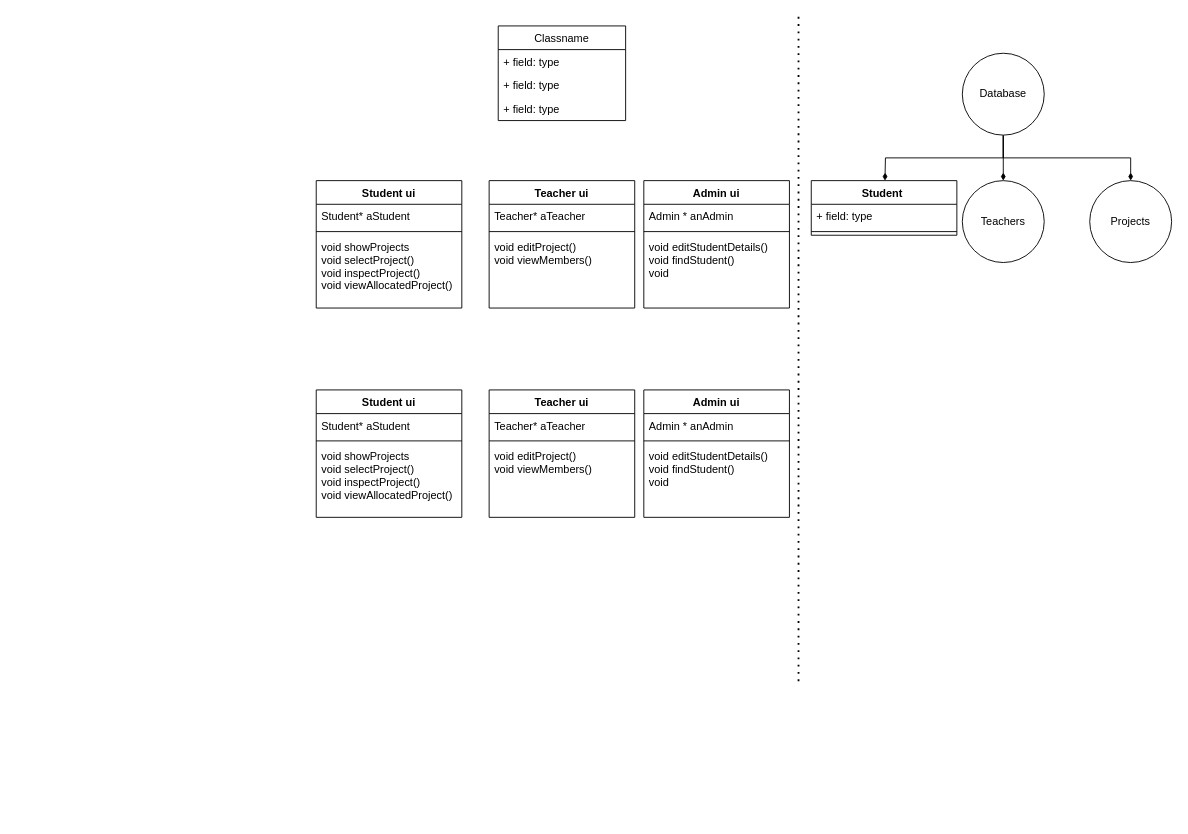
This is EE273 Toplevel Heirarchy.drawio from RDC23/ee273-project, a draw.io file, before an edit. Source tidied: cells renumbered, new cells numbered last; positions are measured from the earlier drawing's top-left corner, leaving out a move shared by most shapes. Both pictures are drawn from the tidied source at 91%, with x=0, y=0 at pixel (316, 16).
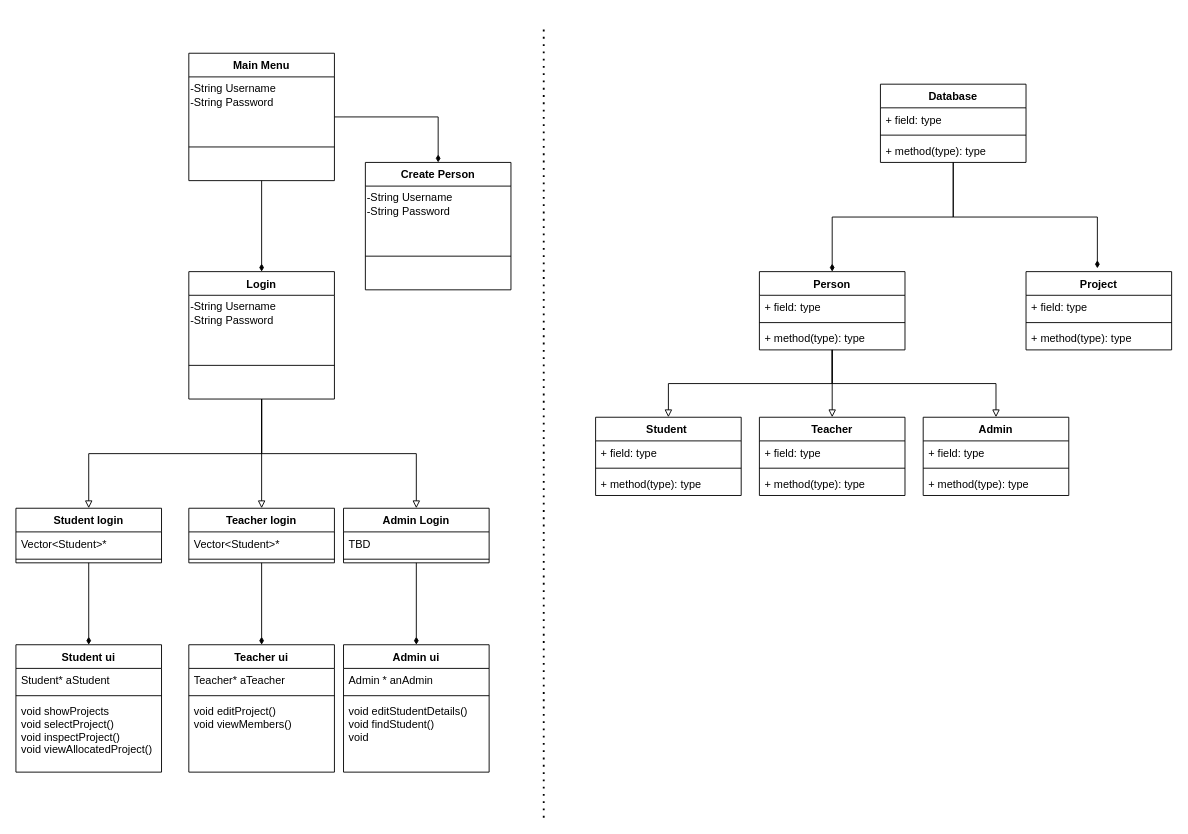
After the change.

Change to the diagram source:
```diff
@@
-    <mxCell id="3" style="edgeStyle=orthogonalEdgeStyle;rounded=0;jettySize=auto;html=1;exitX=0.5;exitY=1;exitDx=0;exitDy=0;endArrow=diamondThin;endFill=1;" parent="1" edge="1" source="6">
-      <mxGeometry relative="1" as="geometry">
-        <mxPoint x="625" y="180" as="targetPoint" />
-      </mxGeometry>
-    </mxCell>
-    <mxCell id="4" style="edgeStyle=orthogonalEdgeStyle;rounded=0;jettySize=auto;html=1;exitX=0.5;exitY=1;exitDx=0;exitDy=0;entryX=0.5;entryY=0;entryDx=0;entryDy=0;endArrow=diamondThin;endFill=1;" parent="1" edge="1" source="6" target="8">
-      <mxGeometry relative="1" as="geometry" />
-    </mxCell>
-    <mxCell id="5" style="edgeStyle=orthogonalEdgeStyle;rounded=0;jettySize=auto;html=1;exitX=0.5;exitY=1;exitDx=0;exitDy=0;entryX=0.5;entryY=0;entryDx=0;entryDy=0;endArrow=diamondThin;endFill=1;" parent="1" edge="1" source="6" target="9">
-      <mxGeometry relative="1" as="geometry" />
-    </mxCell>
-    <mxCell id="6" value="Database" style="ellipse;whiteSpace=wrap;html=1;" parent="1" vertex="1">
-      <mxGeometry x="710" y="40" width="90" height="90" as="geometry" />
-    </mxCell>
     <mxCell id="7" style="endArrow=none;dashed=1;html=1;dashPattern=1 3;strokeWidth=2;rounded=0;" parent="1" edge="1">
       <mxGeometry relative="1" as="geometry">
-        <mxPoint x="530" y="730" as="sourcePoint" />
-        <mxPoint x="530" as="targetPoint" />
+        <mxPoint x="250" y="880" as="sourcePoint" />
+        <mxPoint x="250" y="10" as="targetPoint" />
       </mxGeometry>
     </mxCell>
-    <mxCell id="8" value="Teachers" style="ellipse;whiteSpace=wrap;html=1;" parent="1" vertex="1">
-      <mxGeometry x="710" y="180" width="90" height="90" as="geometry" />
-    </mxCell>
-    <mxCell id="9" value="Projects" style="ellipse;whiteSpace=wrap;html=1;" parent="1" vertex="1">
-      <mxGeometry x="850" y="180" width="90" height="90" as="geometry" />
-    </mxCell>
+    <mxCell id="41" style="edgeStyle=orthogonalEdgeStyle;rounded=0;jettySize=auto;html=1;exitX=0.5;exitY=1;exitDx=0;exitDy=0;endArrow=diamondThin;endFill=1;" parent="1" edge="1" source="10" target="25">
+      <mxGeometry relative="1" as="geometry" />
+    </mxCell>
-    <mxCell id="10" value="Student ui" style="swimlane;fontStyle=1;align=center;verticalAlign=top;horizontal=1;startSize=26;" parent="1" vertex="1">
-      <mxGeometry y="180" width="160" height="140" as="geometry" />
+    <mxCell id="10" value="Student login" style="swimlane;fontStyle=1;align=center;verticalAlign=top;horizontal=1;startSize=26;" parent="1" vertex="1">
+      <mxGeometry x="-330" y="540" width="160" height="60" as="geometry" />
     </mxCell>
-    <mxCell id="11" value="Student* aStudent" style="text;strokeColor=none;fillColor=none;align=left;verticalAlign=top;spacingLeft=4;spacingRight=4;overflow=hidden;" parent="10" vertex="1">
+    <mxCell id="11" value="Vector&lt;Student&gt;*" style="text;strokeColor=none;fillColor=none;align=left;verticalAlign=top;spacingLeft=4;spacingRight=4;overflow=hidden;" parent="10" vertex="1">
       <mxGeometry y="26" width="160" height="26" as="geometry" />
     </mxCell>
@@
-    <mxCell id="13" value="void showProjects&#10;void selectProject()&#10;void inspectProject()&#10;void viewAllocatedProject()&#10;" style="text;strokeColor=none;fillColor=none;align=left;verticalAlign=top;spacingLeft=4;spacingRight=4;overflow=hidden;" parent="10" vertex="1">
-      <mxGeometry y="60" width="160" height="80" as="geometry" />
-    </mxCell>
-    <mxCell id="14" value="Student " style="swimlane;fontStyle=1;align=center;verticalAlign=top;horizontal=1;startSize=26;" parent="1" vertex="1">
-      <mxGeometry x="544" y="180" width="160" height="60" as="geometry" />
-    </mxCell>
-    <mxCell id="15" value="+ field: type" style="text;strokeColor=none;fillColor=none;align=left;verticalAlign=top;spacingLeft=4;spacingRight=4;overflow=hidden;" parent="14" vertex="1">
-      <mxGeometry y="26" width="160" height="26" as="geometry" />
-    </mxCell>
-    <mxCell id="16" style="line;strokeWidth=1;fillColor=none;align=left;verticalAlign=middle;spacingTop=-1;spacingLeft=3;spacingRight=3;labelPosition=right;strokeColor=inherit;" parent="14" vertex="1">
-      <mxGeometry y="52" width="160" height="8" as="geometry" />
-    </mxCell>
+    <mxCell id="42" style="edgeStyle=orthogonalEdgeStyle;rounded=0;jettySize=auto;html=1;exitX=0.5;exitY=1;exitDx=0;exitDy=0;entryX=0.5;entryY=0;entryDx=0;entryDy=0;endArrow=diamondThin;endFill=1;" parent="1" edge="1" source="17" target="29">
+      <mxGeometry relative="1" as="geometry" />
+    </mxCell>
-    <mxCell id="17" value="Teacher ui" style="swimlane;fontStyle=1;align=center;verticalAlign=top;horizontal=1;startSize=26;" parent="1" vertex="1">
-      <mxGeometry x="190" y="180" width="160" height="140" as="geometry" />
+    <mxCell id="17" value="Teacher login" style="swimlane;fontStyle=1;align=center;verticalAlign=top;horizontal=1;startSize=26;" parent="1" vertex="1">
+      <mxGeometry x="-140" y="540" width="160" height="60" as="geometry" />
     </mxCell>
-    <mxCell id="18" value="Teacher* aTeacher" style="text;strokeColor=none;fillColor=none;align=left;verticalAlign=top;spacingLeft=4;spacingRight=4;overflow=hidden;" parent="17" vertex="1">
+    <mxCell id="18" value="Vector&lt;Student&gt;*" style="text;strokeColor=none;fillColor=none;align=left;verticalAlign=top;spacingLeft=4;spacingRight=4;overflow=hidden;" parent="17" vertex="1">
       <mxGeometry y="26" width="160" height="26" as="geometry" />
     </mxCell>
@@
-    <mxCell id="20" value="void editProject()&#10;void viewMembers()" style="text;strokeColor=none;fillColor=none;align=left;verticalAlign=top;spacingLeft=4;spacingRight=4;overflow=hidden;" parent="17" vertex="1">
-      <mxGeometry y="60" width="160" height="80" as="geometry" />
-    </mxCell>
+    <mxCell id="43" style="edgeStyle=orthogonalEdgeStyle;rounded=0;jettySize=auto;html=1;exitX=0.5;exitY=1;exitDx=0;exitDy=0;entryX=0.5;entryY=0;entryDx=0;entryDy=0;endArrow=diamondThin;endFill=1;" parent="1" edge="1" source="21" target="33">
+      <mxGeometry relative="1" as="geometry" />
+    </mxCell>
-    <mxCell id="21" value="Admin ui" style="swimlane;fontStyle=1;align=center;verticalAlign=top;horizontal=1;startSize=26;" parent="1" vertex="1">
-      <mxGeometry x="360" y="180" width="160" height="140" as="geometry" />
+    <mxCell id="21" value="Admin Login" style="swimlane;fontStyle=1;align=center;verticalAlign=top;horizontal=1;startSize=26;" parent="1" vertex="1">
+      <mxGeometry x="30" y="540" width="160" height="60" as="geometry" />
     </mxCell>
-    <mxCell id="22" value="Admin * anAdmin" style="text;strokeColor=none;fillColor=none;align=left;verticalAlign=top;spacingLeft=4;spacingRight=4;overflow=hidden;" parent="21" vertex="1">
+    <mxCell id="22" value="TBD&#10;" style="text;strokeColor=none;fillColor=none;align=left;verticalAlign=top;spacingLeft=4;spacingRight=4;overflow=hidden;" parent="21" vertex="1">
       <mxGeometry y="26" width="160" height="26" as="geometry" />
     </mxCell>
@@
-    <mxCell id="24" value="void editStudentDetails()&#10;void findStudent()&#10;void " style="text;strokeColor=none;fillColor=none;align=left;verticalAlign=top;spacingLeft=4;spacingRight=4;overflow=hidden;" parent="21" vertex="1">
-      <mxGeometry y="60" width="160" height="80" as="geometry" />
-    </mxCell>
     <mxCell id="25" value="Student ui" style="swimlane;fontStyle=1;align=center;verticalAlign=top;horizontal=1;startSize=26;" parent="1" vertex="1">
-      <mxGeometry y="410" width="160" height="140" as="geometry" />
+      <mxGeometry x="-330" y="690" width="160" height="140" as="geometry" />
     </mxCell>
@@
     <mxCell id="29" value="Teacher ui" style="swimlane;fontStyle=1;align=center;verticalAlign=top;horizontal=1;startSize=26;" parent="1" vertex="1">
-      <mxGeometry x="190" y="410" width="160" height="140" as="geometry" />
+      <mxGeometry x="-140" y="690" width="160" height="140" as="geometry" />
     </mxCell>
@@
     <mxCell id="33" value="Admin ui" style="swimlane;fontStyle=1;align=center;verticalAlign=top;horizontal=1;startSize=26;" parent="1" vertex="1">
-      <mxGeometry x="360" y="410" width="160" height="140" as="geometry" />
+      <mxGeometry x="30" y="690" width="160" height="140" as="geometry" />
     </mxCell>
@@
-    <mxCell id="37" value="Classname" style="swimlane;fontStyle=0;horizontal=1;startSize=26;fillColor=none;" parent="1" vertex="1">
-      <mxGeometry x="200" y="10" width="140" height="104" as="geometry" />
-    </mxCell>
-    <mxCell id="38" value="+ field: type" style="text;strokeColor=none;fillColor=none;align=left;verticalAlign=top;spacingLeft=4;spacingRight=4;overflow=hidden;" parent="37" vertex="1">
-      <mxGeometry y="26" width="140" height="26" as="geometry" />
-    </mxCell>
-    <mxCell id="39" value="+ field: type" style="text;strokeColor=none;fillColor=none;align=left;verticalAlign=top;spacingLeft=4;spacingRight=4;overflow=hidden;" parent="37" vertex="1">
-      <mxGeometry y="52" width="140" height="26" as="geometry" />
-    </mxCell>
-    <mxCell id="40" value="+ field: type" style="text;strokeColor=none;fillColor=none;align=left;verticalAlign=top;spacingLeft=4;spacingRight=4;overflow=hidden;" parent="37" vertex="1">
-      <mxGeometry y="78" width="140" height="26" as="geometry" />
-    </mxCell>
+    <mxCell id="44" style="edgeStyle=orthogonalEdgeStyle;rounded=0;jettySize=auto;html=1;exitX=0.5;exitY=1;exitDx=0;exitDy=0;entryX=0.5;entryY=0;entryDx=0;entryDy=0;endArrow=block;endFill=0;" parent="1" edge="1" source="47" target="21">
+      <mxGeometry relative="1" as="geometry" />
+    </mxCell>
+    <mxCell id="45" style="edgeStyle=orthogonalEdgeStyle;rounded=0;jettySize=auto;html=1;exitX=0.5;exitY=1;exitDx=0;exitDy=0;entryX=0.5;entryY=0;entryDx=0;entryDy=0;endArrow=block;endFill=0;" parent="1" edge="1" source="47" target="17">
+      <mxGeometry relative="1" as="geometry" />
+    </mxCell>
+    <mxCell id="46" style="edgeStyle=orthogonalEdgeStyle;rounded=0;jettySize=auto;html=1;exitX=0.5;exitY=1;exitDx=0;exitDy=0;endArrow=block;endFill=0;" parent="1" edge="1" source="47" target="10">
+      <mxGeometry relative="1" as="geometry" />
+    </mxCell>
+    <mxCell id="47" value="Login" style="swimlane;fontStyle=1;align=center;verticalAlign=top;horizontal=1;startSize=26;" parent="1" vertex="1">
+      <mxGeometry x="-140" y="280" width="160" height="140" as="geometry" />
+    </mxCell>
+    <mxCell id="48" value="-String Username&lt;br&gt;-String Password" style="text;html=1;align=left;verticalAlign=middle;strokeColor=none;fillColor=none;" parent="47" vertex="1">
+      <mxGeometry y="26" width="160" height="40" as="geometry" />
+    </mxCell>
+    <mxCell id="49" style="line;strokeWidth=1;fillColor=none;align=left;verticalAlign=middle;spacingTop=-1;spacingLeft=3;spacingRight=3;labelPosition=right;strokeColor=inherit;" parent="47" vertex="1">
+      <mxGeometry y="66" width="160" height="74" as="geometry" />
+    </mxCell>
+    <mxCell id="50" style="edgeStyle=orthogonalEdgeStyle;rounded=0;jettySize=auto;html=1;exitX=0.5;exitY=1;exitDx=0;exitDy=0;endArrow=diamondThin;endFill=1;" parent="1" edge="1" source="52" target="47">
+      <mxGeometry relative="1" as="geometry" />
+    </mxCell>
+    <mxCell id="51" style="edgeStyle=orthogonalEdgeStyle;rounded=0;jettySize=auto;html=1;exitX=1;exitY=0.5;exitDx=0;exitDy=0;entryX=0.5;entryY=0;entryDx=0;entryDy=0;endArrow=diamondThin;endFill=1;" parent="1" edge="1" source="52" target="55">
+      <mxGeometry relative="1" as="geometry" />
+    </mxCell>
+    <mxCell id="52" value="Main Menu" style="swimlane;fontStyle=1;align=center;verticalAlign=top;horizontal=1;startSize=26;" parent="1" vertex="1">
+      <mxGeometry x="-140" y="40" width="160" height="140" as="geometry" />
+    </mxCell>
+    <mxCell id="53" value="-String Username&lt;br&gt;-String Password" style="text;html=1;align=left;verticalAlign=middle;strokeColor=none;fillColor=none;" parent="52" vertex="1">
+      <mxGeometry y="26" width="160" height="40" as="geometry" />
+    </mxCell>
+    <mxCell id="54" style="line;strokeWidth=1;fillColor=none;align=left;verticalAlign=middle;spacingTop=-1;spacingLeft=3;spacingRight=3;labelPosition=right;strokeColor=inherit;" parent="52" vertex="1">
+      <mxGeometry y="66" width="160" height="74" as="geometry" />
+    </mxCell>
+    <mxCell id="55" value="Create Person&#10;" style="swimlane;fontStyle=1;align=center;verticalAlign=top;horizontal=1;startSize=26;" parent="1" vertex="1">
+      <mxGeometry x="54" y="160" width="160" height="140" as="geometry" />
+    </mxCell>
+    <mxCell id="56" value="-String Username&lt;br&gt;-String Password" style="text;html=1;align=left;verticalAlign=middle;strokeColor=none;fillColor=none;" parent="55" vertex="1">
+      <mxGeometry y="26" width="160" height="40" as="geometry" />
+    </mxCell>
+    <mxCell id="57" style="line;strokeWidth=1;fillColor=none;align=left;verticalAlign=middle;spacingTop=-1;spacingLeft=3;spacingRight=3;labelPosition=right;strokeColor=inherit;" parent="55" vertex="1">
+      <mxGeometry y="66" width="160" height="74" as="geometry" />
+    </mxCell>
+    <mxCell id="58" style="edgeStyle=orthogonalEdgeStyle;rounded=0;jettySize=auto;html=1;exitX=0.5;exitY=1;exitDx=0;exitDy=0;entryX=0.5;entryY=0;entryDx=0;entryDy=0;endArrow=block;endFill=0;" parent="1" edge="1" source="61" target="68">
+      <mxGeometry relative="1" as="geometry" />
+    </mxCell>
+    <mxCell id="59" style="edgeStyle=orthogonalEdgeStyle;rounded=0;jettySize=auto;html=1;exitX=0.5;exitY=1;exitDx=0;exitDy=0;endArrow=block;endFill=0;entryX=0.5;entryY=0;entryDx=0;entryDy=0;" parent="1" edge="1" source="61" target="14">
+      <mxGeometry relative="1" as="geometry" />
+    </mxCell>
+    <mxCell id="60" style="edgeStyle=orthogonalEdgeStyle;rounded=0;jettySize=auto;html=1;exitX=0.5;exitY=1;exitDx=0;exitDy=0;entryX=0.5;entryY=0;entryDx=0;entryDy=0;endArrow=block;endFill=0;" parent="1" edge="1" source="61" target="76">
+      <mxGeometry relative="1" as="geometry" />
+    </mxCell>
+    <mxCell id="61" value="Person" style="swimlane;fontStyle=1;align=center;verticalAlign=top;horizontal=1;startSize=26;" parent="1" vertex="1">
+      <mxGeometry x="487" y="280" width="160" height="86" as="geometry" />
+    </mxCell>
+    <mxCell id="62" value="+ field: type" style="text;strokeColor=none;fillColor=none;align=left;verticalAlign=top;spacingLeft=4;spacingRight=4;overflow=hidden;" parent="61" vertex="1">
+      <mxGeometry y="26" width="160" height="26" as="geometry" />
+    </mxCell>
+    <mxCell id="63" style="line;strokeWidth=1;fillColor=none;align=left;verticalAlign=middle;spacingTop=-1;spacingLeft=3;spacingRight=3;labelPosition=right;strokeColor=inherit;" parent="61" vertex="1">
+      <mxGeometry y="52" width="160" height="8" as="geometry" />
+    </mxCell>
+    <mxCell id="64" value="+ method(type): type" style="text;strokeColor=none;fillColor=none;align=left;verticalAlign=top;spacingLeft=4;spacingRight=4;overflow=hidden;" parent="61" vertex="1">
+      <mxGeometry y="60" width="160" height="26" as="geometry" />
+    </mxCell>
+    <mxCell id="14" value="Student " style="swimlane;fontStyle=1;align=center;verticalAlign=top;horizontal=1;startSize=26;" parent="1" vertex="1">
+      <mxGeometry x="307" y="440" width="160" height="86" as="geometry" />
+    </mxCell>
+    <mxCell id="65" value="+ field: type" style="text;strokeColor=none;fillColor=none;align=left;verticalAlign=top;spacingLeft=4;spacingRight=4;overflow=hidden;" parent="14" vertex="1">
+      <mxGeometry y="26" width="160" height="26" as="geometry" />
+    </mxCell>
+    <mxCell id="66" style="line;strokeWidth=1;fillColor=none;align=left;verticalAlign=middle;spacingTop=-1;spacingLeft=3;spacingRight=3;labelPosition=right;strokeColor=inherit;" parent="14" vertex="1">
+      <mxGeometry y="52" width="160" height="8" as="geometry" />
+    </mxCell>
+    <mxCell id="67" value="+ method(type): type" style="text;strokeColor=none;fillColor=none;align=left;verticalAlign=top;spacingLeft=4;spacingRight=4;overflow=hidden;" parent="14" vertex="1">
+      <mxGeometry y="60" width="160" height="26" as="geometry" />
+    </mxCell>
+    <mxCell id="68" value="Teacher" style="swimlane;fontStyle=1;align=center;verticalAlign=top;horizontal=1;startSize=26;" parent="1" vertex="1">
+      <mxGeometry x="487" y="440" width="160" height="86" as="geometry" />
+    </mxCell>
+    <mxCell id="69" value="+ field: type" style="text;strokeColor=none;fillColor=none;align=left;verticalAlign=top;spacingLeft=4;spacingRight=4;overflow=hidden;" parent="68" vertex="1">
+      <mxGeometry y="26" width="160" height="26" as="geometry" />
+    </mxCell>
+    <mxCell id="70" style="line;strokeWidth=1;fillColor=none;align=left;verticalAlign=middle;spacingTop=-1;spacingLeft=3;spacingRight=3;labelPosition=right;strokeColor=inherit;" parent="68" vertex="1">
+      <mxGeometry y="52" width="160" height="8" as="geometry" />
+    </mxCell>
+    <mxCell id="71" value="+ method(type): type" style="text;strokeColor=none;fillColor=none;align=left;verticalAlign=top;spacingLeft=4;spacingRight=4;overflow=hidden;" parent="68" vertex="1">
+      <mxGeometry y="60" width="160" height="26" as="geometry" />
+    </mxCell>
+    <mxCell id="72" value="Project" style="swimlane;fontStyle=1;align=center;verticalAlign=top;horizontal=1;startSize=26;" parent="1" vertex="1">
+      <mxGeometry x="780" y="280" width="160" height="86" as="geometry" />
+    </mxCell>
+    <mxCell id="73" value="+ field: type" style="text;strokeColor=none;fillColor=none;align=left;verticalAlign=top;spacingLeft=4;spacingRight=4;overflow=hidden;" parent="72" vertex="1">
+      <mxGeometry y="26" width="160" height="26" as="geometry" />
+    </mxCell>
+    <mxCell id="74" style="line;strokeWidth=1;fillColor=none;align=left;verticalAlign=middle;spacingTop=-1;spacingLeft=3;spacingRight=3;labelPosition=right;strokeColor=inherit;" parent="72" vertex="1">
+      <mxGeometry y="52" width="160" height="8" as="geometry" />
+    </mxCell>
+    <mxCell id="75" value="+ method(type): type" style="text;strokeColor=none;fillColor=none;align=left;verticalAlign=top;spacingLeft=4;spacingRight=4;overflow=hidden;" parent="72" vertex="1">
+      <mxGeometry y="60" width="160" height="26" as="geometry" />
+    </mxCell>
+    <mxCell id="76" value="Admin" style="swimlane;fontStyle=1;align=center;verticalAlign=top;horizontal=1;startSize=26;" parent="1" vertex="1">
+      <mxGeometry x="667" y="440" width="160" height="86" as="geometry" />
+    </mxCell>
+    <mxCell id="77" value="+ field: type" style="text;strokeColor=none;fillColor=none;align=left;verticalAlign=top;spacingLeft=4;spacingRight=4;overflow=hidden;" parent="76" vertex="1">
+      <mxGeometry y="26" width="160" height="26" as="geometry" />
+    </mxCell>
+    <mxCell id="78" style="line;strokeWidth=1;fillColor=none;align=left;verticalAlign=middle;spacingTop=-1;spacingLeft=3;spacingRight=3;labelPosition=right;strokeColor=inherit;" parent="76" vertex="1">
+      <mxGeometry y="52" width="160" height="8" as="geometry" />
+    </mxCell>
+    <mxCell id="79" value="+ method(type): type" style="text;strokeColor=none;fillColor=none;align=left;verticalAlign=top;spacingLeft=4;spacingRight=4;overflow=hidden;" parent="76" vertex="1">
+      <mxGeometry y="60" width="160" height="26" as="geometry" />
+    </mxCell>
+    <mxCell id="80" style="edgeStyle=orthogonalEdgeStyle;rounded=0;jettySize=auto;html=1;exitX=0.5;exitY=1;exitDx=0;exitDy=0;endArrow=diamondThin;endFill=1;" parent="1" edge="1" source="6" target="61">
+      <mxGeometry relative="1" as="geometry" />
+    </mxCell>
+    <mxCell id="81" style="edgeStyle=orthogonalEdgeStyle;rounded=0;jettySize=auto;html=1;exitX=0.5;exitY=1;exitDx=0;exitDy=0;endArrow=diamondThin;endFill=1;entryX=0.49;entryY=-0.043;entryDx=0;entryDy=0;entryPerimeter=0;" parent="1" edge="1" source="6" target="72">
+      <mxGeometry relative="1" as="geometry" />
+    </mxCell>
+    <mxCell id="6" value="Database" style="swimlane;fontStyle=1;align=center;verticalAlign=top;horizontal=1;startSize=26;" parent="1" vertex="1">
+      <mxGeometry x="620" y="74" width="160" height="86" as="geometry" />
+    </mxCell>
+    <mxCell id="82" value="+ field: type" style="text;strokeColor=none;fillColor=none;align=left;verticalAlign=top;spacingLeft=4;spacingRight=4;overflow=hidden;" parent="6" vertex="1">
+      <mxGeometry y="26" width="160" height="26" as="geometry" />
+    </mxCell>
+    <mxCell id="83" style="line;strokeWidth=1;fillColor=none;align=left;verticalAlign=middle;spacingTop=-1;spacingLeft=3;spacingRight=3;labelPosition=right;strokeColor=inherit;" parent="6" vertex="1">
+      <mxGeometry y="52" width="160" height="8" as="geometry" />
+    </mxCell>
+    <mxCell id="84" value="+ method(type): type" style="text;strokeColor=none;fillColor=none;align=left;verticalAlign=top;spacingLeft=4;spacingRight=4;overflow=hidden;" parent="6" vertex="1">
+      <mxGeometry y="60" width="160" height="26" as="geometry" />
+    </mxCell>
```
